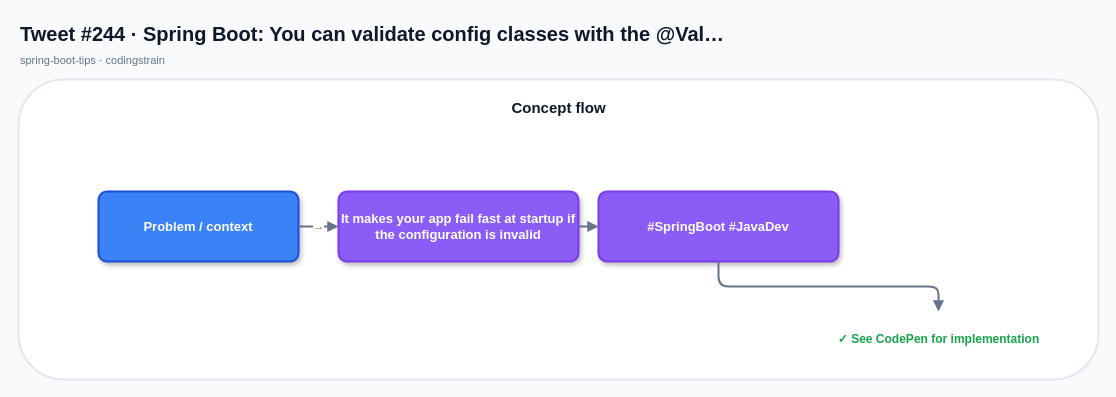
mcasari/codingstrain keeps this draw.io diagram as x-posts-examples/generated-x-posts/drawio/tweet-244.drawio. Above is the earlier version. Source tidied: cells renumbered, new cells numbered last; positions are measured from the earlier drawing's top-left corner, leaving out a move shared by most shapes. Both pictures are drawn from the tidied source at 100%, with x=0, y=0 at pixel (18, 17).
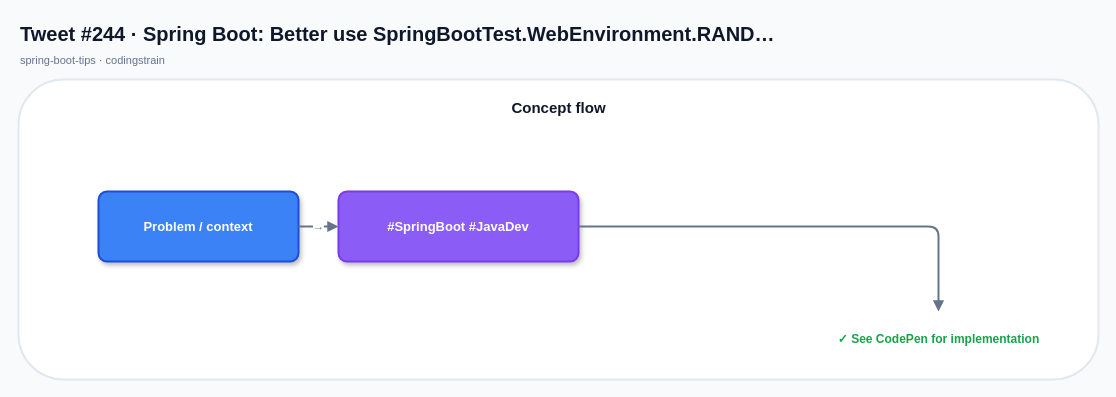
The same diagram, later.

The edit, as a diff of the source:
```diff
@@
 <mxGraphModel background="#F8FAFC">
   <root>
     <mxCell id="0" />
     <mxCell id="1" parent="0" />
-    <mxCell id="2" value="Tweet #244 · Spring Boot: You can validate config classes with the @Val…" style="text;html=1;strokeColor=none;fillColor=none;align=left;verticalAlign=middle;fontSize=20;fontStyle=1;fontColor=#0F172A;" parent="1" vertex="1">
+    <mxCell id="2" value="Tweet #244 · Spring Boot: Better use SpringBootTest.WebEnvironment.RAND…" style="text;html=1;strokeColor=none;fillColor=none;align=left;verticalAlign=middle;fontSize=20;fontStyle=1;fontColor=#0F172A;" parent="1" vertex="1">
       <mxGeometry width="760" height="32" as="geometry" />
     </mxCell>
     <mxCell id="3" value="spring-boot-tips · codingstrain" style="text;html=1;strokeColor=none;fillColor=none;align=left;verticalAlign=middle;fontSize=11;fontStyle=0;fontColor=#64748B;" parent="1" vertex="1">
       <mxGeometry y="32" width="520" height="22" as="geometry" />
     </mxCell>
     <mxCell id="4" style="rounded=1;fillColor=#FFFFFF;strokeColor=#E2E8F0;strokeWidth=2;shadow=0;" parent="1" vertex="1">
       <mxGeometry y="62" width="1080" height="300" as="geometry" />
     </mxCell>
     <mxCell id="5" value="Concept flow" style="text;html=1;strokeColor=none;fillColor=none;align=center;verticalAlign=middle;fontSize=15;fontStyle=1;fontColor=#0F172A;" parent="1" vertex="1">
       <mxGeometry x="20" y="76" width="1040" height="28" as="geometry" />
     </mxCell>
     <mxCell id="6" value="Problem / context" style="rounded=1;whiteSpace=wrap;html=1;arcSize=12;fillColor=#3B82F6;strokeColor=#1D4ED8;strokeWidth=2;fontColor=#FFFFFF;fontSize=13;fontStyle=1;shadow=1;align=center;verticalAlign=middle;" parent="1" vertex="1">
       <mxGeometry x="80" y="174" width="200" height="70" as="geometry" />
     </mxCell>
-    <mxCell id="7" value="It makes your app fail fast at startup if the configuration is invalid" style="rounded=1;whiteSpace=wrap;html=1;arcSize=12;fillColor=#8B5CF6;strokeColor=#7C3AED;strokeWidth=2;fontColor=#FFFFFF;fontSize=13;fontStyle=1;shadow=1;align=center;verticalAlign=middle;" parent="1" vertex="1">
+    <mxCell id="7" value="#SpringBoot #JavaDev" style="rounded=1;whiteSpace=wrap;html=1;arcSize=12;fillColor=#8B5CF6;strokeColor=#7C3AED;strokeWidth=2;fontColor=#FFFFFF;fontSize=13;fontStyle=1;shadow=1;align=center;verticalAlign=middle;" parent="1" vertex="1">
       <mxGeometry x="320" y="174" width="240" height="70" as="geometry" />
     </mxCell>
     <mxCell id="8" value="→" style="edgeStyle=orthogonalEdgeStyle;rounded=1;jettySize=auto;html=1;endArrow=block;endFill=1;startArrow=none;strokeColor=#64748B;strokeWidth=2;fontColor=#64748B;fontSize=11;" parent="1" edge="1" source="6" target="7">
       <mxGeometry relative="1" as="geometry" />
     </mxCell>
-    <mxCell id="9" value="#SpringBoot #JavaDev" style="rounded=1;whiteSpace=wrap;html=1;arcSize=12;fillColor=#8B5CF6;strokeColor=#7C3AED;strokeWidth=2;fontColor=#FFFFFF;fontSize=13;fontStyle=1;shadow=1;align=center;verticalAlign=middle;" parent="1" vertex="1">
-      <mxGeometry x="580" y="174" width="240" height="70" as="geometry" />
+    <mxCell id="9" value="✓ See CodePen for implementation" style="text;html=1;strokeColor=none;fillColor=none;align=center;verticalAlign=middle;fontSize=12;fontStyle=1;fontColor=#16A34A;" parent="1" vertex="1">
+      <mxGeometry x="800" y="294" width="240" height="56" as="geometry" />
     </mxCell>
     <mxCell id="10" style="edgeStyle=orthogonalEdgeStyle;rounded=1;jettySize=auto;html=1;endArrow=block;endFill=1;startArrow=none;strokeColor=#64748B;strokeWidth=2;fontColor=#64748B;fontSize=11;" parent="1" edge="1" source="7" target="9">
       <mxGeometry relative="1" as="geometry" />
     </mxCell>
-    <mxCell id="11" value="✓ See CodePen for implementation" style="text;html=1;strokeColor=none;fillColor=none;align=center;verticalAlign=middle;fontSize=12;fontStyle=1;fontColor=#16A34A;" parent="1" vertex="1">
-      <mxGeometry x="800" y="294" width="240" height="56" as="geometry" />
-    </mxCell>
-    <mxCell id="12" style="edgeStyle=orthogonalEdgeStyle;rounded=1;jettySize=auto;html=1;endArrow=block;endFill=1;startArrow=none;strokeColor=#64748B;strokeWidth=2;fontColor=#64748B;fontSize=11;" parent="1" edge="1" source="9" target="11">
-      <mxGeometry relative="1" as="geometry" />
-    </mxCell>
   </root>
 </mxGraphModel>
```
